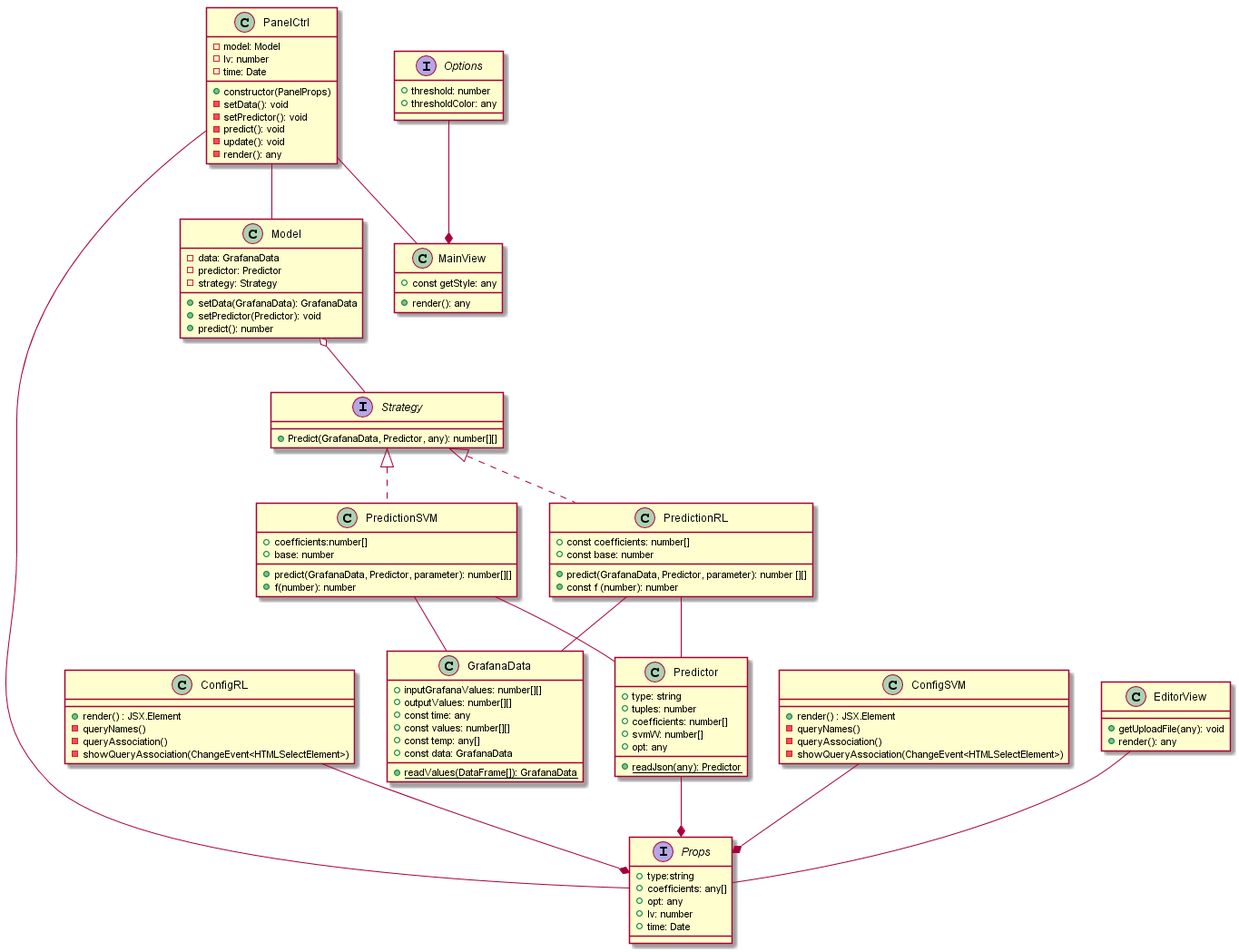
This is esterni/manuale-sviluppatore/components/img/plugin/GrafanaClasses.png from sofiabononi/project-docs, a PlantUML export, as it was before one commit.
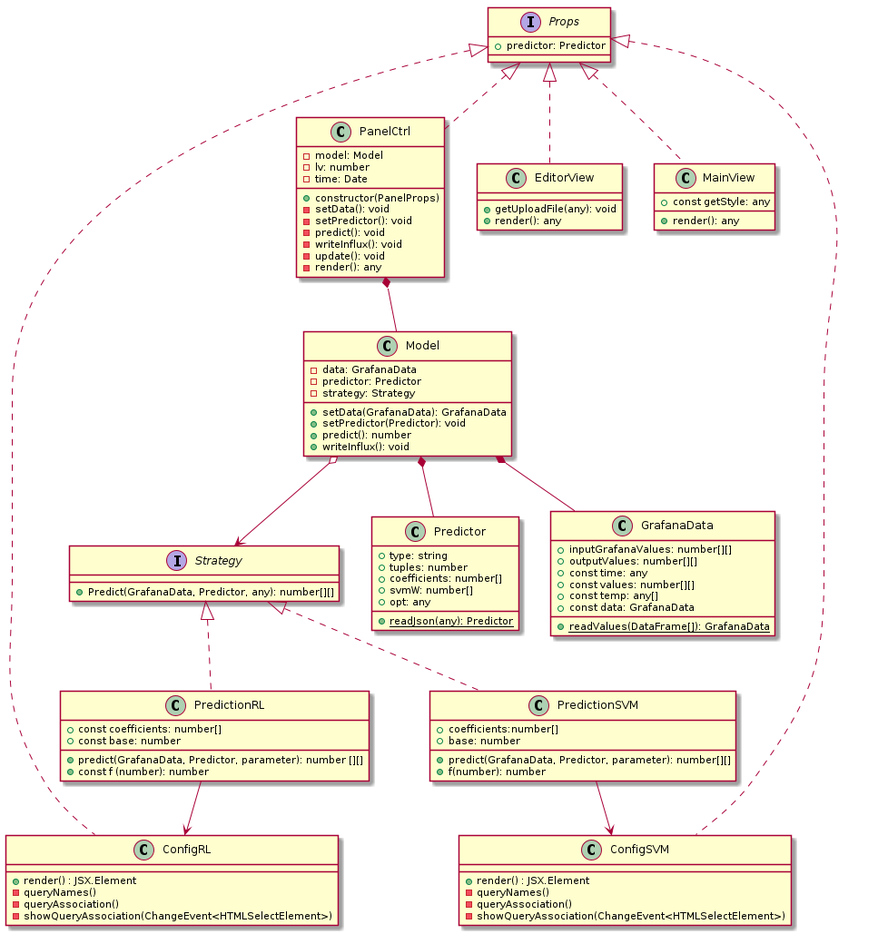
Later version of the same file.

What changed in the source:
```diff
@@ -1,25 +1,8 @@
 @startuml GrafanaClasses
-
-class ConfigRL{
-    + render() : JSX.Element
-    - queryNames()
-    - queryAssociation()
-    - showQueryAssociation(ChangeEvent<HTMLSelectElement>)
-}
-
-class ConfigSVM{
-     + render() : JSX.Element
-    - queryNames()
-    - queryAssociation()
-    - showQueryAssociation(ChangeEvent<HTMLSelectElement>)
-}
-
 
 interface Strategy{
     + Predict(GrafanaData, Predictor, any): number[][]
 }
-
-
 
 
 class PredictionRL implements Strategy{
@@ -38,6 +21,24 @@
 }
 
 
+class ConfigRL implements Props {
+    + render() : JSX.Element
+    - queryNames()
+    - queryAssociation()
+    - showQueryAssociation(ChangeEvent<HTMLSelectElement>)
+}
+
+class ConfigSVM implements Props {
+     + render() : JSX.Element
+    - queryNames()
+    - queryAssociation()
+    - showQueryAssociation(ChangeEvent<HTMLSelectElement>)
+}
+
+
+
+
+
 class Model{
     - data: GrafanaData
     - predictor: Predictor
@@ -45,6 +46,7 @@
     + setData(GrafanaData): GrafanaData
     + setPredictor(Predictor): void
     + predict(): number
+    + writeInflux(): void
 
 }
 
@@ -68,31 +70,22 @@
     + {static} readJson(any): Predictor
 }
 
-interface Options{
-    + threshold: number
-    + thresholdColor: any
-}
-
-class EditorView{
+class EditorView implements Props{
     + getUploadFile(any): void
     + render(): any
 }
 
 
 interface Props{
-    + type:string
-    + coefficients: any[]
-    + opt: any
-    + lv: number
-    + time: Date
+    + predictor: Predictor
 
 }
-class MainView{
+class MainView implements Props {
     + render(): any
     + const getStyle: any
 }
 
-class PanelCtrl{
+class PanelCtrl implements Props {
     - model: Model
     - lv: number
     - time: Date
@@ -100,40 +93,18 @@
     - setData(): void
     - setPredictor(): void
     - predict(): void
+    - writeInflux(): void
     - update(): void
     - render(): any
 
 }
 
-ConfigRL--*Props
-ConfigSVM--*Props
-Predictor--*Props
+Model o--> Strategy
+PanelCtrl*--Model
 
-
-
-
-PredictionRL--GrafanaData
-PredictionRL--Predictor
-
-PredictionSVM--GrafanaData
-PredictionSVM--Predictor
-
-
-
-Model o--Strategy
-
-EditorView--Props
-
-
-
-PanelCtrl--Model
-PanelCtrl--MainView
-PanelCtrl--Props
-
-
-
-
-
-Options--*MainView
+PredictionRL-->ConfigRL
+PredictionSVM-->ConfigSVM
+Model*--Predictor
+Model*--GrafanaData
 
 @enduml
```
